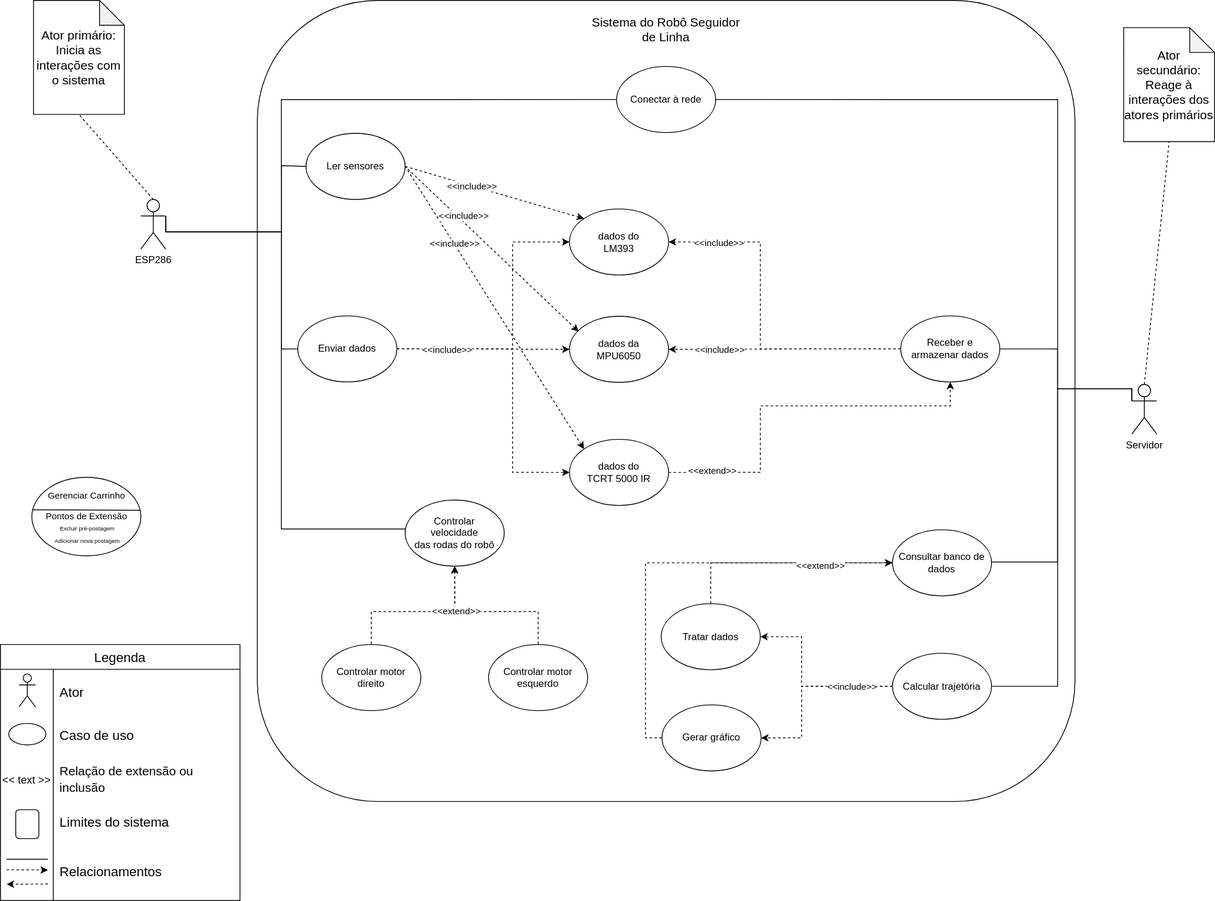
Above: assets/PI1 - Use Cases.drawio.svg in MMcLovin/PI1-2024.1 (draw.io), before the change. Source tidied: cells renumbered, new cells last; positions are measured from the earlier drawing's top-left corner, leaving out a move shared by most shapes.
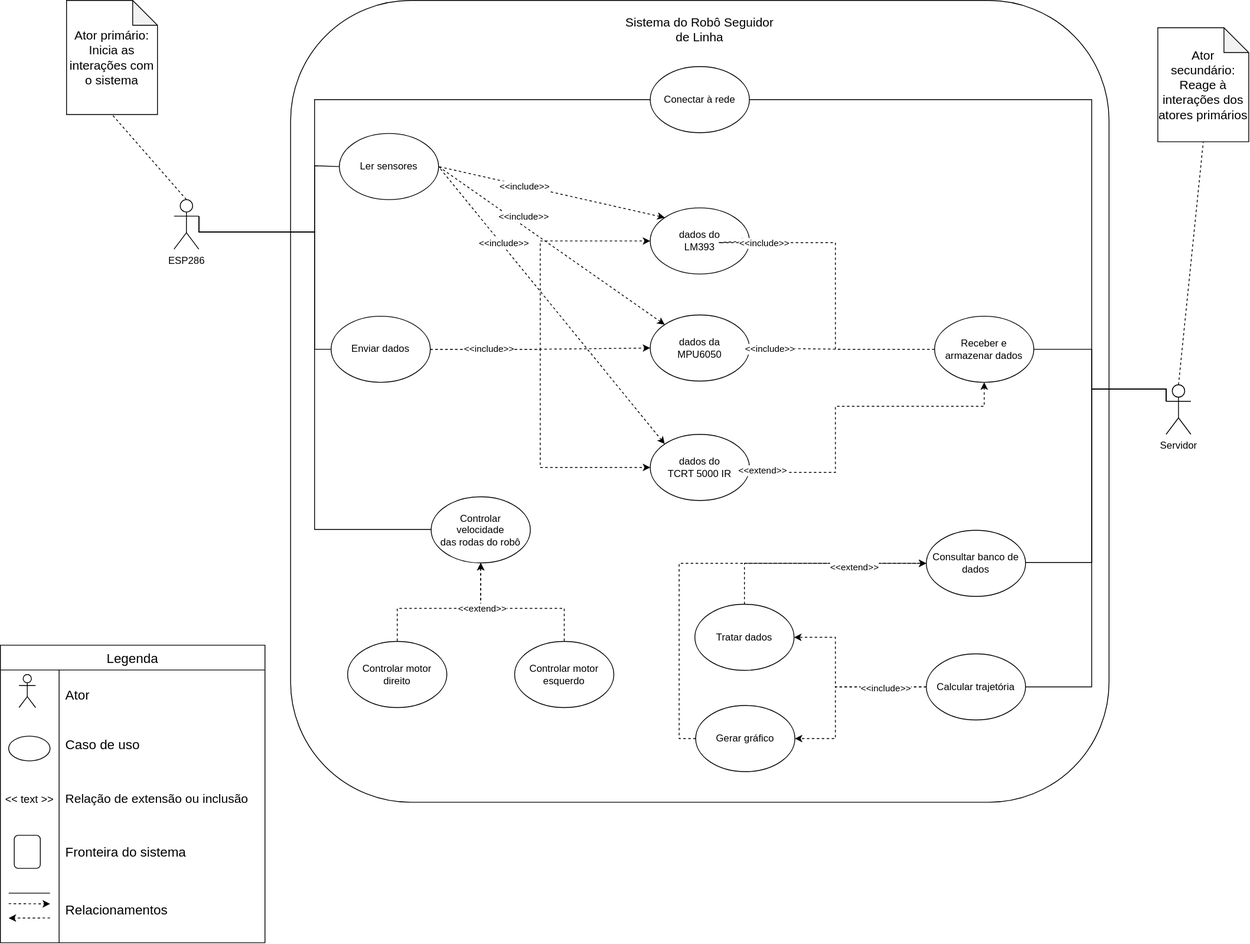
The same file after the commit.

Diff of the diagram source:
```diff
@@ -36,54 +36,33 @@
     <mxCell id="6" value="ESP286" style="shape=umlActor;verticalLabelPosition=bottom;verticalAlign=top;html=1;" parent="1" vertex="1">
       <mxGeometry x="170" y="241" width="30" height="60" as="geometry" />
     </mxCell>
-    <mxCell id="7" style="endArrow=none;html=1;rounded=0;exitX=0;exitY=0.5;exitDx=0;exitDy=0;entryX=1;entryY=0.5;entryDx=0;entryDy=0;" parent="1" edge="1" source="16" target="16">
-      <mxGeometry relative="1" as="geometry" />
-    </mxCell>
     <mxCell id="8" value="&lt;font style=&quot;font-size: 15px;&quot;&gt;Sistema  do Robô Seguidor de Linha&lt;/font&gt;" style="text;html=1;align=center;verticalAlign=middle;whiteSpace=wrap;rounded=0;" parent="1" vertex="1">
       <mxGeometry x="712" y="20" width="188" height="30" as="geometry" />
     </mxCell>
     <mxCell id="9" style="edgeStyle=orthogonalEdgeStyle;rounded=0;jettySize=auto;html=1;exitX=1;exitY=0.5;exitDx=0;exitDy=0;entryX=0;entryY=0.5;entryDx=0;entryDy=0;dashed=1;" parent="1" edge="1" source="13" target="30">
       <mxGeometry relative="1" as="geometry" />
     </mxCell>
+    <mxCell id="11" style="edgeStyle=orthogonalEdgeStyle;rounded=0;jettySize=auto;html=1;exitX=1;exitY=0.5;exitDx=0;exitDy=0;entryX=0;entryY=0.5;entryDx=0;entryDy=0;dashed=1;" parent="1" edge="1" source="13" target="31">
+      <mxGeometry relative="1" as="geometry" />
+    </mxCell>
     <mxCell id="10" style="edgeStyle=orthogonalEdgeStyle;rounded=0;jettySize=auto;html=1;exitX=1;exitY=0.5;exitDx=0;exitDy=0;entryX=0;entryY=0.5;entryDx=0;entryDy=0;dashed=1;" parent="1" edge="1" source="13" target="15">
-      <mxGeometry relative="1" as="geometry">
-        <Array as="points">
-          <mxPoint x="620" y="422" />
-          <mxPoint x="620" y="572" />
-        </Array>
-      </mxGeometry>
+      <mxGeometry relative="1" as="geometry" />
     </mxCell>
-    <mxCell id="11" style="edgeStyle=orthogonalEdgeStyle;rounded=0;jettySize=auto;html=1;exitX=1;exitY=0.5;exitDx=0;exitDy=0;entryX=0;entryY=0.5;entryDx=0;entryDy=0;dashed=1;" parent="1" edge="1" source="13" target="31">
-      <mxGeometry relative="1" as="geometry">
-        <Array as="points">
-          <mxPoint x="620" y="422" />
-          <mxPoint x="620" y="293" />
-        </Array>
-      </mxGeometry>
-    </mxCell>
-    <mxCell id="12" value="&amp;lt;&amp;lt;include&amp;gt;&amp;gt;" style="edgeLabel;html=1;align=center;verticalAlign=middle;" parent="11" vertex="1">
-      <mxGeometry x="-0.7" y="3" relative="1" as="geometry">
-        <mxPoint x="10" y="3" as="offset" />
-      </mxGeometry>
-    </mxCell>
     <mxCell id="13" value="Enviar dados" style="ellipse;whiteSpace=wrap;html=1;" parent="1" vertex="1">
       <mxGeometry x="360" y="382" width="120" height="80" as="geometry" />
     </mxCell>
     <mxCell id="14" style="edgeStyle=orthogonalEdgeStyle;rounded=0;jettySize=auto;html=1;exitX=1;exitY=0.5;exitDx=0;exitDy=0;entryX=0.5;entryY=1;entryDx=0;entryDy=0;dashed=1;" parent="1" edge="1" source="15" target="35">
       <mxGeometry relative="1" as="geometry">
         <Array as="points">
-          <mxPoint x="920" y="571" />
-          <mxPoint x="920" y="491" />
+          <mxPoint x="970" y="571" />
+          <mxPoint x="970" y="491" />
           <mxPoint x="1150" y="491" />
         </Array>
       </mxGeometry>
     </mxCell>
     <mxCell id="15" value="dados do&lt;br&gt;TCRT 5000 IR" style="ellipse;whiteSpace=wrap;html=1;" parent="1" vertex="1">
-      <mxGeometry x="689" y="531.5" width="120" height="80" as="geometry" />
+      <mxGeometry x="746" y="525" width="120" height="80" as="geometry" />
     </mxCell>
-    <mxCell id="16" style="ellipse;whiteSpace=wrap;html=1;" parent="1" vertex="1">
-      <mxGeometry x="38" y="577.5" width="132" height="95" as="geometry" />
-    </mxCell>
     <mxCell id="17" style="edgeStyle=orthogonalEdgeStyle;rounded=0;jettySize=auto;html=1;exitX=0;exitY=0.3333333333333333;exitDx=0;exitDy=0;exitPerimeter=0;endArrow=none;endFill=0;entryX=1;entryY=0.5;entryDx=0;entryDy=0;" parent="1" edge="1" source="21" target="35">
       <mxGeometry relative="1" as="geometry">
         <Array as="points">
@@ -124,18 +103,6 @@
     <mxCell id="21" value="Servidor" style="shape=umlActor;verticalLabelPosition=bottom;verticalAlign=top;html=1;" parent="1" vertex="1">
       <mxGeometry x="1370" y="465" width="30" height="60" as="geometry" />
     </mxCell>
-    <mxCell id="22" value="&lt;font style=&quot;font-size: 11px;&quot;&gt;Gerenciar Carrinho&lt;/font&gt;" style="text;html=1;align=center;verticalAlign=middle;strokeColor=none;fillColor=none;" parent="1" vertex="1">
-      <mxGeometry x="44" y="585" width="120" height="30" as="geometry" />
-    </mxCell>
-    <mxCell id="23" value="&lt;font style=&quot;font-size: 7px;&quot;&gt;Excluir pré-postagem&lt;br&gt;Adicionar nova postagem&lt;/font&gt;" style="text;html=1;align=center;verticalAlign=middle;strokeColor=none;fillColor=none;" parent="1" vertex="1">
-      <mxGeometry x="50" y="625" width="110" height="40" as="geometry" />
-    </mxCell>
-    <mxCell id="24" style="endArrow=none;html=1;rounded=0;exitX=0.007;exitY=0.414;exitDx=0;exitDy=0;entryX=0.99;entryY=0.419;entryDx=0;entryDy=0;exitPerimeter=0;entryPerimeter=0;" parent="1" edge="1" source="16" target="16">
-      <mxGeometry relative="1" as="geometry" />
-    </mxCell>
-    <mxCell id="25" value="&lt;font style=&quot;font-size: 11px;&quot;&gt;Pontos de Extensão&lt;/font&gt;" style="text;html=1;align=center;verticalAlign=middle;strokeColor=none;fillColor=none;" parent="1" vertex="1">
-      <mxGeometry x="44" y="610" width="120" height="30" as="geometry" />
-    </mxCell>
     <mxCell id="26" value="&lt;font style=&quot;font-size: 15px;&quot;&gt;Ator secundário: &lt;font style=&quot;font-size: 15px;&quot;&gt;Reage à interações dos atores primários&lt;/font&gt;&lt;/font&gt;" style="shape=note;whiteSpace=wrap;html=1;backgroundOutline=1;darkOpacity=0.05;" parent="1" vertex="1">
       <mxGeometry x="1360" y="33" width="110" height="138" as="geometry" />
     </mxCell>
@@ -149,16 +116,17 @@
       <mxGeometry relative="1" as="geometry" />
     </mxCell>
     <mxCell id="30" value="dados da&lt;br&gt; MPU6050" style="ellipse;whiteSpace=wrap;html=1;" parent="1" vertex="1">
-      <mxGeometry x="689" y="382.5" width="120" height="80" as="geometry" />
+      <mxGeometry x="746" y="380.5" width="120" height="80" as="geometry" />
     </mxCell>
     <mxCell id="31" value="dados do&lt;br&gt; LM393 " style="ellipse;whiteSpace=wrap;html=1;" parent="1" vertex="1">
-      <mxGeometry x="689" y="252.5" width="120" height="80" as="geometry" />
+      <mxGeometry x="746" y="251" width="120" height="80" as="geometry" />
     </mxCell>
     <mxCell id="32" style="edgeStyle=orthogonalEdgeStyle;rounded=0;jettySize=auto;html=1;exitX=0;exitY=0.5;exitDx=0;exitDy=0;entryX=1;entryY=0.5;entryDx=0;entryDy=0;dashed=1;" parent="1" edge="1" source="35" target="31">
       <mxGeometry relative="1" as="geometry">
         <Array as="points">
-          <mxPoint x="920" y="422" />
-          <mxPoint x="920" y="293" />
+          <mxPoint x="970" y="422" />
+          <mxPoint x="970" y="293" />
+          <mxPoint x="829" y="293" />
         </Array>
       </mxGeometry>
     </mxCell>
@@ -202,12 +170,12 @@
       <mxGeometry x="801" y="853" width="120" height="80" as="geometry" />
     </mxCell>
     <mxCell id="42" value="&amp;lt;&amp;lt;extend&amp;gt;&amp;gt;" style="edgeLabel;html=1;align=center;verticalAlign=middle;" parent="1" vertex="1">
-      <mxGeometry x="870" y="600" as="geometry">
+      <mxGeometry x="890.1" y="598.5" as="geometry">
         <mxPoint x="-9" y="-31" as="offset" />
       </mxGeometry>
     </mxCell>
     <mxCell id="43" value="&amp;lt;&amp;lt;include&amp;gt;&amp;gt;" style="edgeLabel;html=1;align=center;verticalAlign=middle;" parent="1" vertex="1">
-      <mxGeometry x="870" y="422" as="geometry" />
+      <mxGeometry x="890.1" y="420.5" as="geometry" />
     </mxCell>
     <mxCell id="44" style="edgeStyle=orthogonalEdgeStyle;rounded=0;jettySize=auto;html=1;exitX=0.5;exitY=0;exitDx=0;exitDy=0;entryX=0;entryY=0.5;entryDx=0;entryDy=0;dashed=1;" parent="1" edge="1" source="45" target="39">
       <mxGeometry relative="1" as="geometry" />
@@ -224,78 +192,78 @@
       </mxGeometry>
     </mxCell>
     <mxCell id="48" value="Legenda" style="shape=table;startSize=30;rowLines=0;fontStyle=0;strokeColor=default;fontSize=16;" parent="1" vertex="1">
-      <mxGeometry y="780" width="290" height="310" as="geometry" />
+      <mxGeometry x="-40" y="780" width="320" height="360" as="geometry" />
     </mxCell>
     <mxCell id="49" style="shape=tableRow;horizontal=0;startSize=0;swimlaneHead=0;swimlaneBody=0;top=0;left=0;bottom=0;right=0;fillColor=none;strokeColor=inherit;fontSize=16;" parent="48" vertex="1">
-      <mxGeometry y="30" width="290" height="55" as="geometry" />
+      <mxGeometry y="30" width="320" height="60" as="geometry" />
     </mxCell>
     <mxCell id="50" style="shape=partialRectangle;html=1;whiteSpace=wrap;fillColor=none;top=0;left=0;bottom=0;right=0;overflow=hidden;strokeColor=inherit;fontSize=16;" parent="49" vertex="1">
-      <mxGeometry width="64" height="55" as="geometry" />
+      <mxGeometry width="71" height="60" as="geometry" />
     </mxCell>
     <mxCell id="51" value="Ator" style="shape=partialRectangle;html=1;whiteSpace=wrap;fillColor=none;top=0;left=0;bottom=0;right=0;align=left;spacingLeft=6;overflow=hidden;strokeColor=inherit;fontSize=16;" parent="49" vertex="1">
-      <mxGeometry x="64" width="226" height="55" as="geometry" />
+      <mxGeometry x="71" width="249" height="60" as="geometry" />
     </mxCell>
     <mxCell id="52" style="shape=tableRow;horizontal=0;startSize=0;swimlaneHead=0;swimlaneBody=0;top=0;left=0;bottom=0;right=0;fillColor=none;strokeColor=inherit;fontSize=16;" parent="48" vertex="1">
-      <mxGeometry y="85" width="290" height="50" as="geometry" />
+      <mxGeometry y="90" width="320" height="60" as="geometry" />
     </mxCell>
     <mxCell id="53" style="shape=partialRectangle;html=1;whiteSpace=wrap;fillColor=none;top=0;left=0;bottom=0;right=0;overflow=hidden;strokeColor=inherit;fontSize=16;" parent="52" vertex="1">
-      <mxGeometry width="64" height="50" as="geometry" />
+      <mxGeometry width="71" height="60" as="geometry" />
     </mxCell>
     <mxCell id="54" value="Caso de uso" style="shape=partialRectangle;html=1;whiteSpace=wrap;fillColor=none;top=0;left=0;bottom=0;right=0;align=left;spacingLeft=6;overflow=hidden;strokeColor=inherit;fontSize=16;" parent="52" vertex="1">
-      <mxGeometry x="64" width="226" height="50" as="geometry" />
+      <mxGeometry x="71" width="249" height="60" as="geometry" />
     </mxCell>
     <mxCell id="55" style="shape=tableRow;horizontal=0;startSize=0;swimlaneHead=0;swimlaneBody=0;top=0;left=0;bottom=0;right=0;fillColor=none;strokeColor=inherit;fontSize=16;" parent="48" vertex="1">
-      <mxGeometry y="135" width="290" height="55" as="geometry" />
+      <mxGeometry y="150" width="320" height="70" as="geometry" />
     </mxCell>
     <mxCell id="56" value="&lt;font style=&quot;font-size: 13px;&quot;&gt;&amp;lt;&amp;lt; text &amp;gt;&amp;gt;&lt;/font&gt;" style="shape=partialRectangle;html=1;whiteSpace=wrap;fillColor=none;top=0;left=0;bottom=0;right=0;overflow=hidden;strokeColor=inherit;fontSize=16;" parent="55" vertex="1">
-      <mxGeometry width="64" height="55" as="geometry" />
+      <mxGeometry width="71" height="70" as="geometry" />
     </mxCell>
     <mxCell id="57" value="&lt;font style=&quot;font-size: 15px;&quot;&gt;Relação de extensão ou inclusão&lt;/font&gt;" style="shape=partialRectangle;html=1;whiteSpace=wrap;fillColor=none;top=0;left=0;bottom=0;right=0;align=left;spacingLeft=6;overflow=hidden;strokeColor=inherit;fontSize=16;" parent="55" vertex="1">
-      <mxGeometry x="64" width="226" height="55" as="geometry" />
+      <mxGeometry x="71" width="249" height="70" as="geometry" />
     </mxCell>
     <mxCell id="58" style="shape=tableRow;horizontal=0;startSize=0;swimlaneHead=0;swimlaneBody=0;top=0;left=0;bottom=0;right=0;fillColor=none;strokeColor=inherit;fontSize=16;" parent="48" vertex="1">
-      <mxGeometry y="190" width="290" height="50" as="geometry" />
+      <mxGeometry y="220" width="320" height="60" as="geometry" />
     </mxCell>
     <mxCell id="59" style="shape=partialRectangle;html=1;whiteSpace=wrap;fillColor=none;top=0;left=0;bottom=0;right=0;overflow=hidden;strokeColor=inherit;fontSize=16;" parent="58" vertex="1">
-      <mxGeometry width="64" height="50" as="geometry" />
+      <mxGeometry width="71" height="60" as="geometry" />
     </mxCell>
-    <mxCell id="60" value="Limites do sistema" style="shape=partialRectangle;html=1;whiteSpace=wrap;fillColor=none;top=0;left=0;bottom=0;right=0;align=left;spacingLeft=6;overflow=hidden;strokeColor=inherit;fontSize=16;" parent="58" vertex="1">
-      <mxGeometry x="64" width="226" height="50" as="geometry" />
+    <mxCell id="60" value="Fronteira do sistema" style="shape=partialRectangle;html=1;whiteSpace=wrap;fillColor=none;top=0;left=0;bottom=0;right=0;align=left;spacingLeft=6;overflow=hidden;strokeColor=inherit;fontSize=16;" parent="58" vertex="1">
+      <mxGeometry x="71" width="249" height="60" as="geometry" />
     </mxCell>
     <mxCell id="61" style="shape=tableRow;horizontal=0;startSize=0;swimlaneHead=0;swimlaneBody=0;top=0;left=0;bottom=0;right=0;fillColor=none;strokeColor=inherit;fontSize=16;" parent="48" vertex="1">
-      <mxGeometry y="240" width="290" height="70" as="geometry" />
+      <mxGeometry y="280" width="320" height="80" as="geometry" />
     </mxCell>
     <mxCell id="62" style="shape=partialRectangle;html=1;whiteSpace=wrap;fillColor=none;top=0;left=0;bottom=0;right=0;overflow=hidden;strokeColor=inherit;fontSize=16;" parent="61" vertex="1">
-      <mxGeometry width="64" height="70" as="geometry" />
+      <mxGeometry width="71" height="80" as="geometry" />
     </mxCell>
     <mxCell id="63" value="Relacionamentos" style="shape=partialRectangle;html=1;whiteSpace=wrap;fillColor=none;top=0;left=0;bottom=0;right=0;align=left;spacingLeft=6;overflow=hidden;strokeColor=inherit;fontSize=16;" parent="61" vertex="1">
-      <mxGeometry x="64" width="226" height="70" as="geometry" />
+      <mxGeometry x="71" width="249" height="80" as="geometry" />
     </mxCell>
     <mxCell id="64" style="shape=umlActor;verticalLabelPosition=bottom;verticalAlign=top;html=1;" parent="1" vertex="1">
-      <mxGeometry x="22.5" y="815.5" width="20" height="40" as="geometry" />
+      <mxGeometry x="-17.5" y="815.5" width="20" height="40" as="geometry" />
     </mxCell>
     <mxCell id="65" style="ellipse;whiteSpace=wrap;html=1;" parent="1" vertex="1">
-      <mxGeometry x="10" y="875.5" width="45" height="26" as="geometry" />
+      <mxGeometry x="-30" y="890" width="50" height="30" as="geometry" />
     </mxCell>
     <mxCell id="66" style="rounded=1;whiteSpace=wrap;html=1;" parent="1" vertex="1">
-      <mxGeometry x="18.5" y="980" width="28" height="35" as="geometry" />
+      <mxGeometry x="-23.2" y="1010" width="31.5" height="40" as="geometry" />
     </mxCell>
     <mxCell id="67" style="endArrow=none;html=1;rounded=0;" parent="1" edge="1">
       <mxGeometry relative="1" as="geometry">
-        <mxPoint x="7.5" y="1040" as="sourcePoint" />
-        <mxPoint x="57.5" y="1040" as="targetPoint" />
+        <mxPoint x="-30" y="1080" as="sourcePoint" />
+        <mxPoint x="20" y="1080" as="targetPoint" />
       </mxGeometry>
     </mxCell>
     <mxCell id="68" style="endArrow=classic;dashed=1;html=1;rounded=0;endFill=1;" parent="1" edge="1">
       <mxGeometry relative="1" as="geometry">
-        <mxPoint x="7.5" y="1052.7" as="sourcePoint" />
-        <mxPoint x="57.5" y="1053" as="targetPoint" />
+        <mxPoint x="-30" y="1092.7" as="sourcePoint" />
+        <mxPoint x="20" y="1093" as="targetPoint" />
       </mxGeometry>
     </mxCell>
     <mxCell id="69" style="endArrow=classic;dashed=1;html=1;rounded=0;endFill=1;" parent="1" edge="1">
       <mxGeometry relative="1" as="geometry">
-        <mxPoint x="57.5" y="1070" as="sourcePoint" />
-        <mxPoint x="7.5" y="1070.2" as="targetPoint" />
+        <mxPoint x="20" y="1110" as="sourcePoint" />
+        <mxPoint x="-30" y="1110.2" as="targetPoint" />
       </mxGeometry>
     </mxCell>
     <mxCell id="70" value="Conectar à rede" style="ellipse;whiteSpace=wrap;html=1;" parent="1" vertex="1">
@@ -304,21 +272,21 @@
     <mxCell id="71" style="edgeStyle=orthogonalEdgeStyle;rounded=0;jettySize=auto;html=1;exitX=0.5;exitY=1;exitDx=0;exitDy=0;entryX=0.5;entryY=0;entryDx=0;entryDy=0;endArrow=none;endFill=0;startArrow=classic;startFill=1;dashed=1;" parent="1" edge="1" source="73" target="82">
       <mxGeometry relative="1" as="geometry">
         <Array as="points">
-          <mxPoint x="550" y="740" />
-          <mxPoint x="449" y="740" />
+          <mxPoint x="541" y="735.5" />
+          <mxPoint x="440" y="735.5" />
         </Array>
       </mxGeometry>
     </mxCell>
     <mxCell id="72" style="edgeStyle=orthogonalEdgeStyle;rounded=0;jettySize=auto;html=1;exitX=0.5;exitY=1;exitDx=0;exitDy=0;entryX=0.5;entryY=0;entryDx=0;entryDy=0;endArrow=none;endFill=0;startArrow=classic;startFill=1;dashed=1;" parent="1" edge="1" source="73" target="83">
       <mxGeometry relative="1" as="geometry">
         <Array as="points">
-          <mxPoint x="550" y="740" />
-          <mxPoint x="651" y="740" />
+          <mxPoint x="541" y="735.5" />
+          <mxPoint x="642" y="735.5" />
         </Array>
       </mxGeometry>
     </mxCell>
     <mxCell id="73" value="Controlar &lt;br&gt;velocidade &lt;br&gt;das rodas do robô" style="ellipse;whiteSpace=wrap;html=1;" parent="1" vertex="1">
-      <mxGeometry x="490" y="605" width="120" height="80" as="geometry" />
+      <mxGeometry x="481" y="600.5" width="120" height="80" as="geometry" />
     </mxCell>
     <mxCell id="74" value="Ler sensores" style="ellipse;whiteSpace=wrap;html=1;" parent="1" vertex="1">
       <mxGeometry x="370" y="161" width="120" height="80" as="geometry" />
@@ -340,14 +308,12 @@
         <mxPoint x="-4" y="-13" as="offset" />
       </mxGeometry>
     </mxCell>
-    <mxCell id="78" style="endArrow=none;html=1;rounded=0;entryX=1;entryY=0.5;entryDx=0;entryDy=0;dashed=1;endFill=0;startArrow=classic;startFill=1;" parent="1" edge="1" target="74">
-      <mxGeometry relative="1" as="geometry">
-        <mxPoint x="700" y="401" as="sourcePoint" />
-      </mxGeometry>
+    <mxCell id="78" style="endArrow=none;html=1;rounded=0;entryX=1;entryY=0.5;entryDx=0;entryDy=0;dashed=1;endFill=0;startArrow=classic;startFill=1;exitX=0;exitY=0;exitDx=0;exitDy=0;" parent="1" edge="1" source="30" target="74">
+      <mxGeometry relative="1" as="geometry" />
     </mxCell>
     <mxCell id="79" value="&amp;lt;&amp;lt;include&amp;gt;&amp;gt;" style="edgeLabel;html=1;align=center;verticalAlign=middle;" parent="78" vertex="1">
       <mxGeometry x="0.25" y="-1" relative="1" as="geometry">
-        <mxPoint x="-9" y="-15" as="offset" />
+        <mxPoint x="-2" y="-12" as="offset" />
       </mxGeometry>
     </mxCell>
     <mxCell id="80" style="endArrow=none;html=1;rounded=0;exitX=0;exitY=0;exitDx=0;exitDy=0;entryX=1;entryY=0.5;entryDx=0;entryDy=0;dashed=1;endFill=0;startArrow=classic;startFill=1;" parent="1" edge="1" source="31" target="74">
@@ -359,15 +325,18 @@
       </mxGeometry>
     </mxCell>
     <mxCell id="82" value="Controlar&amp;nbsp;motor &lt;br&gt;direito" style="ellipse;whiteSpace=wrap;html=1;" parent="1" vertex="1">
-      <mxGeometry x="389" y="780" width="120" height="80" as="geometry" />
+      <mxGeometry x="380" y="775.5" width="120" height="80" as="geometry" />
     </mxCell>
     <mxCell id="83" value="Controlar&amp;nbsp;motor &lt;br&gt;esquerdo" style="ellipse;whiteSpace=wrap;html=1;" parent="1" vertex="1">
-      <mxGeometry x="591" y="780" width="120" height="80" as="geometry" />
+      <mxGeometry x="582" y="775.5" width="120" height="80" as="geometry" />
     </mxCell>
     <mxCell id="84" value="&amp;lt;&amp;lt;extend&amp;gt;&amp;gt;" style="edgeLabel;html=1;align=center;verticalAlign=middle;" parent="1" vertex="1">
-      <mxGeometry x="560" y="770.5" as="geometry">
+      <mxGeometry x="551" y="766" as="geometry">
         <mxPoint x="-9" y="-31" as="offset" />
       </mxGeometry>
     </mxCell>
+    <mxCell id="12" value="&amp;lt;&amp;lt;include&amp;gt;&amp;gt;" style="edgeLabel;html=1;align=center;verticalAlign=middle;" parent="1" vertex="1">
+      <mxGeometry x="550" y="420.5" as="geometry" />
+    </mxCell>
   </root>
 </mxGraphModel>
```
